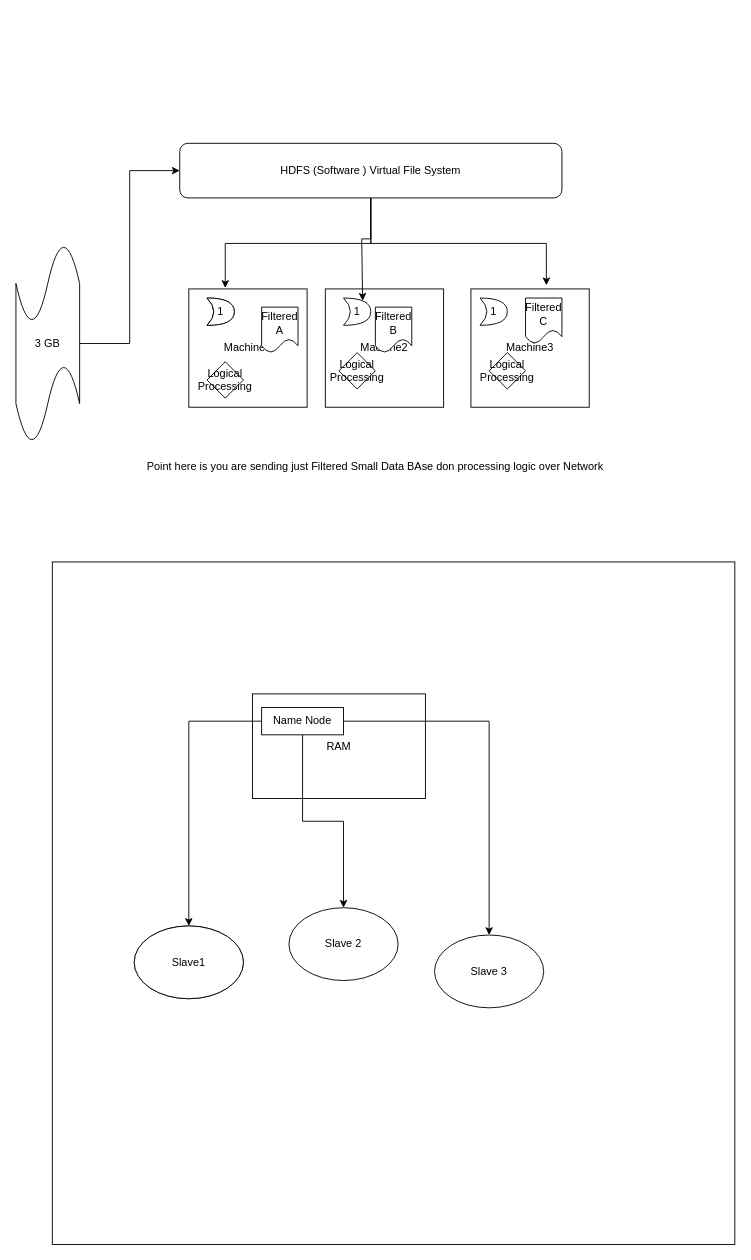
anantwag19/Workspace keeps this draw.io diagram as Hadoop.drawio. Above is the earlier version. Source tidied: cells renumbered, new cells numbered last; positions are measured from the earlier drawing's top-left corner, leaving out a move shared by most shapes. Both pictures are drawn from the tidied source at 91%, with x=0, y=0 at pixel (15, 143).
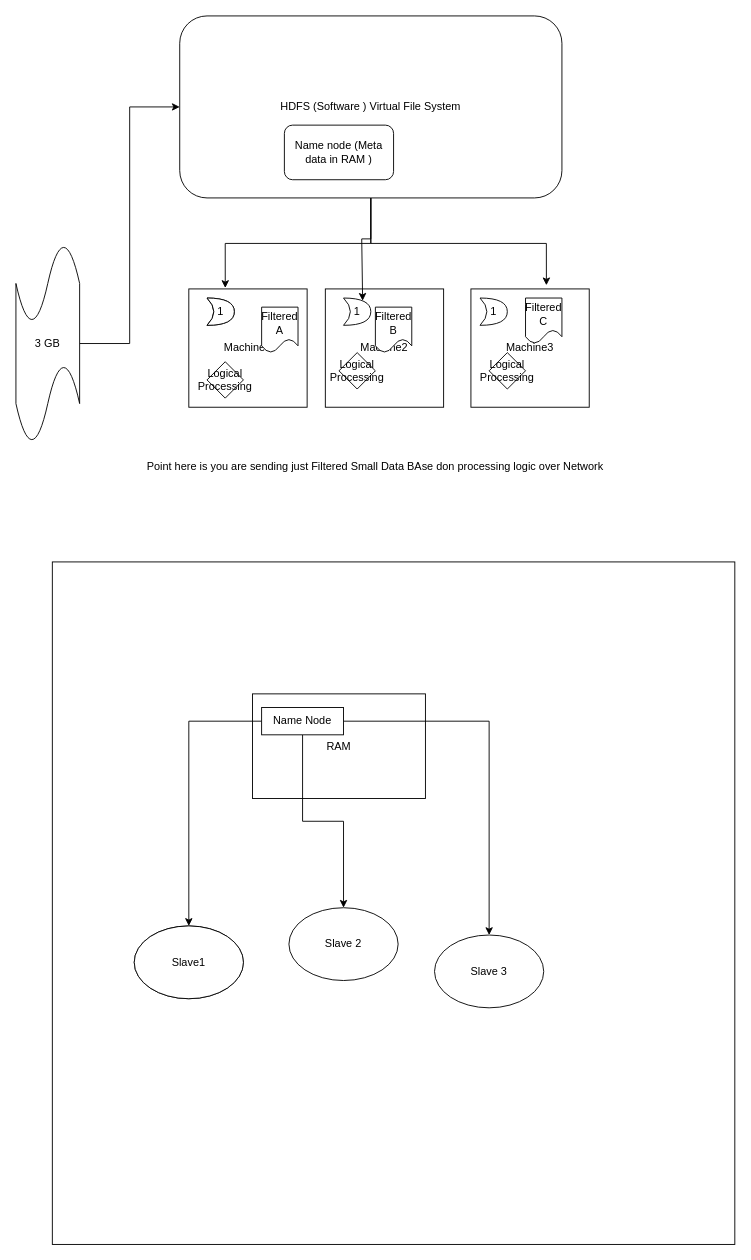
Above is the later version.

Diff of the diagram source:
```diff
@@
     <mxCell id="9" value="HDFS (Software ) Virtual File System " style="rounded=1;whiteSpace=wrap;html=1;" parent="1" vertex="1">
-      <mxGeometry x="180" width="420" height="60" as="geometry" />
+      <mxGeometry x="180" y="-140" width="420" height="200" as="geometry" />
     </mxCell>
@@
+    <mxCell id="33" value="Name node (Meta data in RAM )" style="rounded=1;whiteSpace=wrap;html=1;" parent="1" vertex="1">
+      <mxGeometry x="295" y="-20" width="120" height="60" as="geometry" />
+    </mxCell>
```
